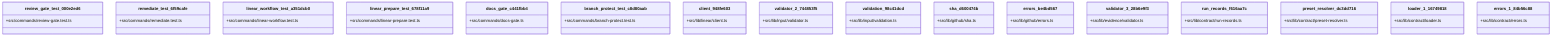
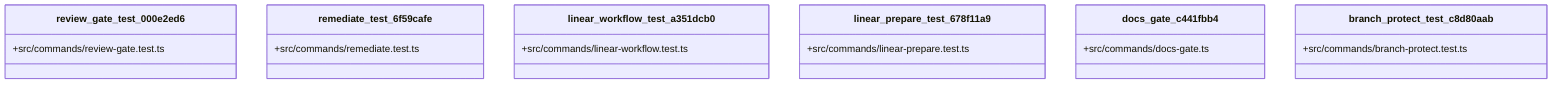
classDiagram
  class review_gate_test_000e2ed6 {
    +src/commands/review-gate.test.ts
  }
  class remediate_test_6f59cafe {
    +src/commands/remediate.test.ts
  }
  class linear_workflow_test_a351dcb0 {
    +src/commands/linear-workflow.test.ts
  }
  class linear_prepare_test_678f11a9 {
    +src/commands/linear-prepare.test.ts
  }
  class docs_gate_c441fbb4 {
    +src/commands/docs-gate.ts
  }
  class branch_protect_test_c8d80aab {
    +src/commands/branch-protect.test.ts
-   }
-   class client_948fe603 {
-     +src/lib/linear/client.ts
-   }
-   class validator_2_744853f5 {
-     +src/lib/input/validator.ts
-   }
-   class validation_98c41dcd {
-     +src/lib/input/validation.ts
-   }
-   class sha_d600474b {
-     +src/lib/github/sha.ts
-   }
-   class errors_be4bd567 {
-     +src/lib/github/errors.ts
-   }
-   class validator_3_28b6e9f3 {
-     +src/lib/evidence/validator.ts
-   }
-   class run_records_f616aa7c {
-     +src/lib/contract/run-records.ts
-   }
-   class preset_resolver_dc3dd716 {
-     +src/lib/contract/preset-resolver.ts
-   }
-   class loader_1_16749818 {
-     +src/lib/contract/loader.ts
-   }
-   class errors_1_84b56c88 {
-     +src/lib/contract/errors.ts
-   }
+   }